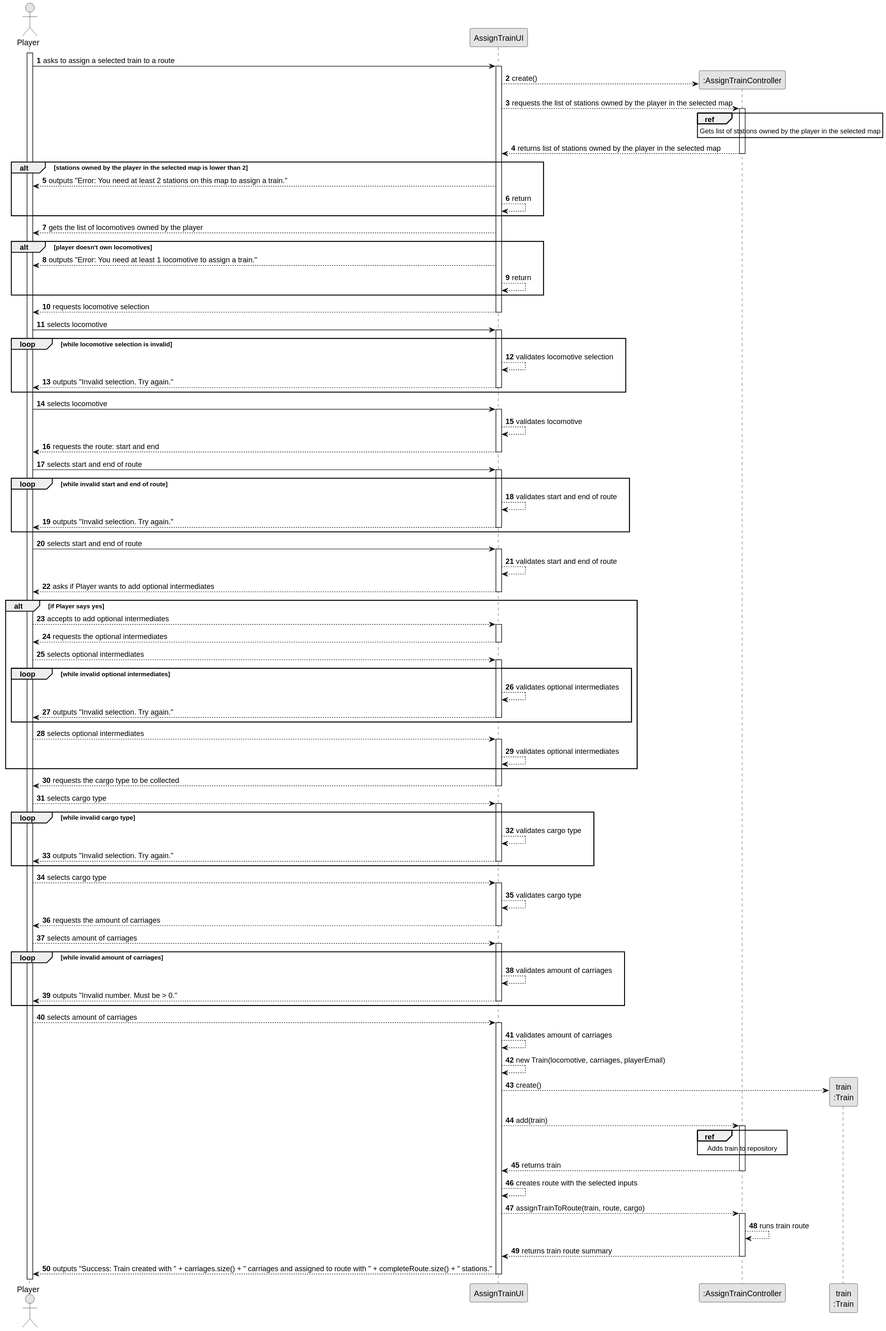
Above: docs/system-documentation/US010/03.design/svg/US010-SD-split.svg in goncalolopesp/sem2-pi-24.25-g093-repo (PlantUML), before the change. Source of this version:
```plantuml
@startuml
skinparam monochrome true
skinparam packageStyle rectangle
skinparam shadowing false

autonumber

actor "Player" as Player
participant "AssignTrainUI" as atui

activate Player

Player -> atui : asks to assign a selected train to a route
activate atui

create ":AssignTrainController" as atc

atui --> atc : create()
atui --> atc : requests the list of stations owned by the player in the selected map
activate atc

ref over atc
    Gets list of stations owned by the player in the selected map
end ref

atc --> atui : returns list of stations owned by the player in the selected map
deactivate atc

alt stations owned by the player in the selected map is lower than 2
    atui --> Player : outputs "Error: You need at least 2 stations on this map to assign a train."
    atui --> atui : return
end

atui --> Player : gets the list of locomotives owned by the player

alt player doesn't own locomotives
    atui --> Player : outputs "Error: You need at least 1 locomotive to assign a train."
    atui --> atui : return
end

atui --> Player : requests locomotive selection
deactivate atui

Player -> atui : selects locomotive
activate atui

loop while locomotive selection is invalid
    atui --> atui : validates locomotive selection
    atui --> Player : outputs "Invalid selection. Try again."
    deactivate atui
end

Player -> atui : selects locomotive
activate atui

atui --> atui : validates locomotive
atui --> Player : requests the route: start and end
deactivate atui

Player -> atui : selects start and end of route
activate atui

loop while invalid start and end of route
    atui --> atui : validates start and end of route
    atui --> Player : outputs "Invalid selection. Try again."
    deactivate atui
end

Player -> atui : selects start and end of route
activate atui

atui --> atui : validates start and end of route
atui --> Player : asks if Player wants to add optional intermediates
deactivate atui

alt if Player says yes
    Player --> atui : accepts to add optional intermediates
    activate atui

    atui --> Player : requests the optional intermediates
    deactivate atui

    Player --> atui : selects optional intermediates
    activate atui

    loop while invalid optional intermediates
        atui --> atui : validates optional intermediates
        atui --> Player : outputs "Invalid selection. Try again."
        deactivate atui
    end

    Player --> atui : selects optional intermediates
    activate atui

    atui --> atui : validates optional intermediates
end

atui --> Player : requests the cargo type to be collected
deactivate atui

Player --> atui : selects cargo type
activate atui

loop while invalid cargo type
    atui --> atui : validates cargo type
    atui --> Player : outputs "Invalid selection. Try again."
    deactivate atui
end

Player --> atui : selects cargo type
activate atui

atui --> atui : validates cargo type
atui --> Player : requests the amount of carriages
deactivate atui

Player --> atui : selects amount of carriages
activate atui

loop while invalid amount of carriages
    atui --> atui : validates amount of carriages
    atui --> Player : outputs "Invalid number. Must be > 0."
    deactivate atui
end

Player --> atui : selects amount of carriages
activate atui

atui --> atui : validates amount of carriages
atui --> atui : new Train(locomotive, carriages, playerEmail)

create "train\n:Train" as train

atui --> train : create()
atui --> atc : add(train)
activate atc

ref over atc
    Adds train to repository
end ref

atc --> atui : returns train
deactivate atc

atui --> atui : creates route with the selected inputs
atui --> atc : assignTrainToRoute(train, route, cargo)
activate atc

atc --> atc : runs train route
atc --> atui : returns train route summary
deactivate atc

atui --> Player : outputs "Success: Train created with " + carriages.size() + " carriages and assigned to route with " + completeRoute.size() + " stations."
deactivate atui
@enduml
```
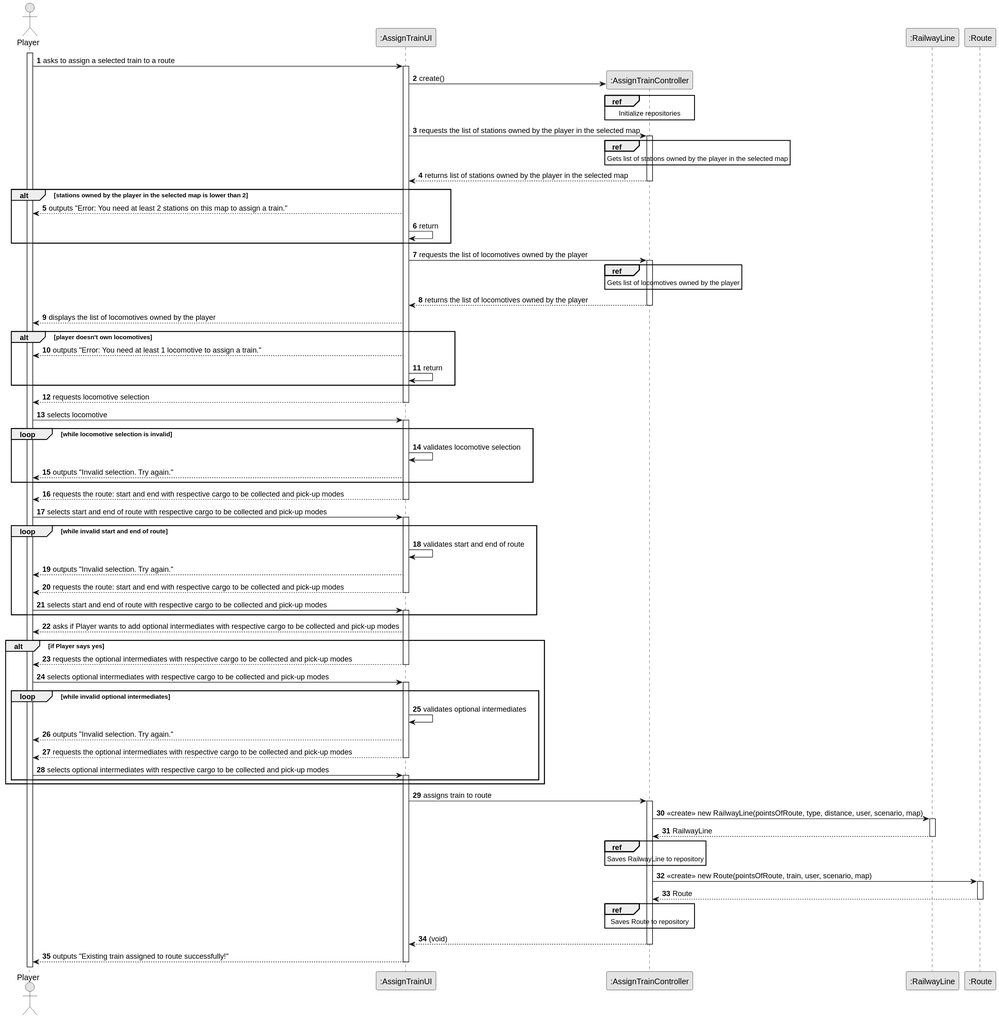
The same diagram one commit later.

Commit message:
US010 (docs) - Updated the split sequence diagram

The edit, as a diff of the source:
```diff
@@ -6,7 +6,7 @@
 autonumber
 
 actor "Player" as Player
-participant "AssignTrainUI" as atui
+participant ":AssignTrainUI" as atui
 
 activate Player
 
@@ -14,9 +14,17 @@
 activate atui
 
 create ":AssignTrainController" as atc
+participant ":RailwayLine" as rl
+participant ":Route" as route
 
-atui --> atc : create()
-atui --> atc : requests the list of stations owned by the player in the selected map
+atui -> atc : create()
+
+ref over atc
+    Initialize repositories
+end ref
+
+
+atui -> atc : requests the list of stations owned by the player in the selected map
 activate atc
 
 ref over atc
@@ -28,14 +36,24 @@
 
 alt stations owned by the player in the selected map is lower than 2
     atui --> Player : outputs "Error: You need at least 2 stations on this map to assign a train."
-    atui --> atui : return
+    atui -> atui : return
 end
 
-atui --> Player : gets the list of locomotives owned by the player
+atui -> atc : requests the list of locomotives owned by the player
+activate atc
+
+ref over atc
+    Gets list of locomotives owned by the player
+end ref
+
+atc --> atui : returns the list of locomotives owned by the player
+deactivate atc
+
+atui --> Player : displays the list of locomotives owned by the player
 
 alt player doesn't own locomotives
     atui --> Player : outputs "Error: You need at least 1 locomotive to assign a train."
-    atui --> atui : return
+    atui -> atui : return
 end
 
 atui --> Player : requests locomotive selection
@@ -45,111 +63,75 @@
 activate atui
 
 loop while locomotive selection is invalid
-    atui --> atui : validates locomotive selection
+    atui -> atui : validates locomotive selection
     atui --> Player : outputs "Invalid selection. Try again."
-    deactivate atui
 end
 
-Player -> atui : selects locomotive
-activate atui
-
-atui --> atui : validates locomotive
-atui --> Player : requests the route: start and end
+atui --> Player : requests the route: start and end with respective cargo to be collected and pick-up modes
 deactivate atui
 
-Player -> atui : selects start and end of route
+Player -> atui : selects start and end of route with respective cargo to be collected and pick-up modes
 activate atui
 
 loop while invalid start and end of route
-    atui --> atui : validates start and end of route
+    atui -> atui : validates start and end of route
     atui --> Player : outputs "Invalid selection. Try again."
+    atui --> Player : requests the route: start and end with respective cargo to be collected and pick-up modes
     deactivate atui
+
+    Player -> atui : selects start and end of route with respective cargo to be collected and pick-up modes
+    activate atui
 end
 
-Player -> atui : selects start and end of route
-activate atui
-
-atui --> atui : validates start and end of route
-atui --> Player : asks if Player wants to add optional intermediates
-deactivate atui
+atui --> Player : asks if Player wants to add optional intermediates with respective cargo to be collected and pick-up modes
 
 alt if Player says yes
-    Player --> atui : accepts to add optional intermediates
-    activate atui
 
-    atui --> Player : requests the optional intermediates
+    atui --> Player : requests the optional intermediates with respective cargo to be collected and pick-up modes
     deactivate atui
 
-    Player --> atui : selects optional intermediates
+    Player -> atui : selects optional intermediates with respective cargo to be collected and pick-up modes
     activate atui
 
     loop while invalid optional intermediates
-        atui --> atui : validates optional intermediates
+        atui -> atui : validates optional intermediates
         atui --> Player : outputs "Invalid selection. Try again."
+        atui --> Player : requests the optional intermediates with respective cargo to be collected and pick-up modes
         deactivate atui
+
+        Player -> atui : selects optional intermediates with respective cargo to be collected and pick-up modes
+        activate atui
     end
-
-    Player --> atui : selects optional intermediates
-    activate atui
-
-    atui --> atui : validates optional intermediates
 end
 
-atui --> Player : requests the cargo type to be collected
-deactivate atui
-
-Player --> atui : selects cargo type
-activate atui
-
-loop while invalid cargo type
-    atui --> atui : validates cargo type
-    atui --> Player : outputs "Invalid selection. Try again."
-    deactivate atui
-end
-
-Player --> atui : selects cargo type
-activate atui
-
-atui --> atui : validates cargo type
-atui --> Player : requests the amount of carriages
-deactivate atui
-
-Player --> atui : selects amount of carriages
-activate atui
-
-loop while invalid amount of carriages
-    atui --> atui : validates amount of carriages
-    atui --> Player : outputs "Invalid number. Must be > 0."
-    deactivate atui
-end
-
-Player --> atui : selects amount of carriages
-activate atui
-
-atui --> atui : validates amount of carriages
-atui --> atui : new Train(locomotive, carriages, playerEmail)
-
-create "train\n:Train" as train
-
-atui --> train : create()
-atui --> atc : add(train)
+atui -> atc : assigns train to route
 activate atc
 
+create ":RailwayLine" as rl
+atc -> rl : <<create>> new RailwayLine(pointsOfRoute, type, distance, user, scenario, map)
+activate rl
+
+rl --> atc : RailwayLine
+deactivate rl
+
 ref over atc
-    Adds train to repository
+    Saves RailwayLine to repository
 end ref
 
-atc --> atui : returns train
+create ":Route" as route
+atc -> route : <<create>> new Route(pointsOfRoute, train, user, scenario, map)
+activate route
+
+route --> atc : Route
+deactivate route
+
+ref over atc
+    Saves Route to repository
+end ref
+
+atc --> atui : (void)
 deactivate atc
 
-atui --> atui : creates route with the selected inputs
-atui --> atc : assignTrainToRoute(train, route, cargo)
-activate atc
-
-atc --> atc : runs train route
-atc --> atui : returns train route summary
-deactivate atc
-
-atui --> Player : outputs "Success: Train created with " + carriages.size() + " carriages and assigned to route with " + completeRoute.size() + " stations."
+atui --> Player : outputs "Existing train assigned to route successfully!"
 deactivate atui
 @enduml
```
